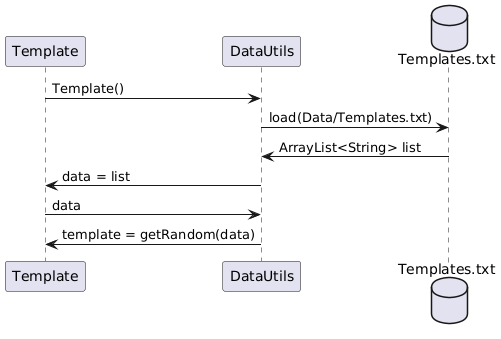
Before: docs/Sequence diagrams/Diagrams/Template.png, a diagram exported from PlantUML (63616E617A7A61/NonSenseGenerator). Source of this version:
```plantuml
@startuml
participant "Template" as t
participant "DataUtils" as du
database "Templates.txt" as tt

t -> du : Template()
du -> tt : load(Data/Templates.txt)
du <- tt : ArrayList<String> list
t <- du : data = list
t -> du : data
t <- du : template = getRandom(data)
@enduml
```
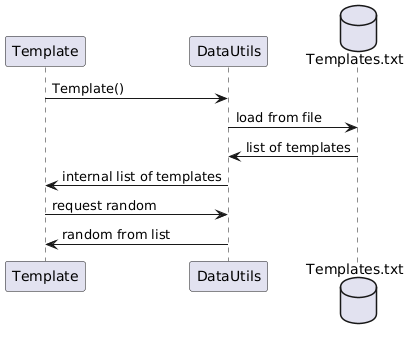
The same file after the commit.

What changed in the source:
```diff
@@ -4,9 +4,9 @@
 database "Templates.txt" as tt
 
 t -> du : Template()
-du -> tt : load(Data/Templates.txt)
-du <- tt : ArrayList<String> list
-t <- du : data = list
-t -> du : data
-t <- du : template = getRandom(data)
+du -> tt : load from file
+du <- tt : list of templates
+t <- du : internal list of templates
+t -> du : request random
+t <- du : random from list
 @enduml
```
